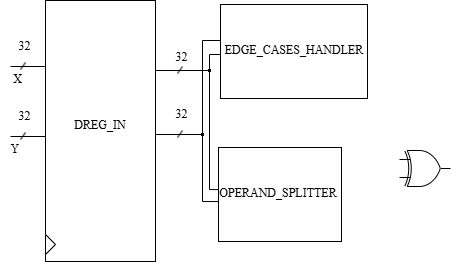
Above: Full architecture.png in altomarigiulio/IEEE-754-Multiplier-Project (draw.io), before the change. Source tidied: cells renumbered, new cells last; positions are measured from the earlier drawing's top-left corner, leaving out a move shared by most shapes.
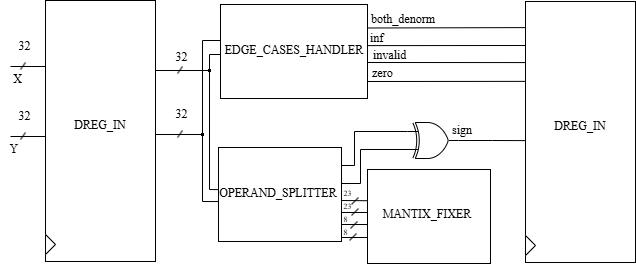
After the change.

The edit, as a diff of the source:
```diff
@@ -143,7 +143,143 @@
       </mxGeometry>
     </mxCell>
     <mxCell id="34" style="verticalLabelPosition=bottom;shadow=0;dashed=0;align=center;html=1;verticalAlign=top;shape=mxgraph.electrical.logic_gates.logic_gate;operation=xor;" parent="1" vertex="1">
-      <mxGeometry x="399" y="150" width="51" height="36" as="geometry" />
+      <mxGeometry x="407" y="122" width="51" height="36" as="geometry" />
     </mxCell>
+    <mxCell id="35" style="rounded=0;whiteSpace=wrap;html=1;fontColor=#727272;labelBorderColor=#585858;" parent="1" vertex="1">
+      <mxGeometry x="525" y="1" width="110" height="261" as="geometry" />
+    </mxCell>
+    <mxCell id="36" style="triangle;whiteSpace=wrap;html=1;" parent="1" vertex="1">
+      <mxGeometry x="525" y="235" width="10" height="20" as="geometry" />
+    </mxCell>
+    <mxCell id="37" value="DREG_IN" style="text;strokeColor=none;align=center;fillColor=none;html=1;verticalAlign=middle;whiteSpace=wrap;rounded=0;fontFamily=Latin Modern Roman;" parent="1" vertex="1">
+      <mxGeometry x="550" y="111" width="60" height="30" as="geometry" />
+    </mxCell>
+    <mxCell id="38" style="rounded=0;whiteSpace=wrap;html=1;fontColor=#727272;labelBorderColor=#585858;" parent="1" vertex="1">
+      <mxGeometry x="367" y="169" width="123" height="94" as="geometry" />
+    </mxCell>
+    <mxCell id="39" value="MANTIX_FIXER" style="text;strokeColor=none;align=center;fillColor=none;html=1;verticalAlign=middle;whiteSpace=wrap;rounded=0;fontFamily=Latin Modern Roman;" parent="1" vertex="1">
+      <mxGeometry x="393" y="191" width="68" height="47" as="geometry" />
+    </mxCell>
+    <mxCell id="40" style="endArrow=none;html=1;rounded=0;entryX=0.005;entryY=0.1;entryDx=0;entryDy=0;entryPerimeter=0;exitX=1;exitY=0.25;exitDx=0;exitDy=0;" parent="1" edge="1" source="21" target="35">
+      <mxGeometry relative="1" as="geometry" />
+    </mxCell>
+    <mxCell id="41" style="endArrow=none;html=1;rounded=0;entryX=0;entryY=0.149;entryDx=0;entryDy=0;entryPerimeter=0;" parent="1" edge="1">
+      <mxGeometry relative="1" as="geometry">
+        <mxPoint x="367" y="45.1" as="sourcePoint" />
+        <mxPoint x="525" y="45" as="targetPoint" />
+      </mxGeometry>
+    </mxCell>
+    <mxCell id="42" style="endArrow=none;html=1;rounded=0;entryX=-0.003;entryY=0.306;entryDx=0;entryDy=0;entryPerimeter=0;" parent="1" edge="1" target="35">
+      <mxGeometry relative="1" as="geometry">
+        <mxPoint x="367" y="81" as="sourcePoint" />
+      </mxGeometry>
+    </mxCell>
+    <mxCell id="43" style="endArrow=none;html=1;rounded=0;entryX=-0.003;entryY=0.211;entryDx=0;entryDy=0;entryPerimeter=0;" parent="1" edge="1">
+      <mxGeometry relative="1" as="geometry">
+        <mxPoint x="367" y="62" as="sourcePoint" />
+        <mxPoint x="524.7" y="62.1" as="targetPoint" />
+      </mxGeometry>
+    </mxCell>
+    <mxCell id="44" value="&lt;div style=&quot;text-align: center;&quot;&gt;&lt;span style=&quot;background-color: transparent; color: light-dark(rgb(0, 0, 0), rgb(255, 255, 255));&quot;&gt;&lt;font face=&quot;Latin Modern Roman&quot;&gt;both_denorm&lt;/font&gt;&lt;/span&gt;&lt;/div&gt;&lt;div style=&quot;text-align: center;&quot;&gt;&lt;span style=&quot;background-color: transparent; color: light-dark(rgb(0, 0, 0), rgb(255, 255, 255));&quot;&gt;&lt;font face=&quot;Latin Modern Roman&quot;&gt;&lt;br&gt;&lt;/font&gt;&lt;/span&gt;&lt;/div&gt;" style="text;whiteSpace=wrap;html=1;" parent="1" vertex="1">
+      <mxGeometry x="369" y="5" width="79" height="20" as="geometry" />
+    </mxCell>
+    <mxCell id="45" value="&lt;div style=&quot;text-align: center;&quot;&gt;&lt;font face=&quot;Latin Modern Roman&quot;&gt;inf&lt;/font&gt;&lt;/div&gt;&lt;div style=&quot;text-align: center;&quot;&gt;&lt;font face=&quot;Latin Modern Roman&quot;&gt;&lt;br&gt;&lt;/font&gt;&lt;/div&gt;" style="text;whiteSpace=wrap;html=1;" parent="1" vertex="1">
+      <mxGeometry x="368" y="24" width="79" height="20" as="geometry" />
+    </mxCell>
+    <mxCell id="46" value="&lt;div style=&quot;text-align: center;&quot;&gt;&lt;font face=&quot;Latin Modern Roman&quot;&gt;invalid&lt;/font&gt;&lt;/div&gt;" style="text;whiteSpace=wrap;html=1;" parent="1" vertex="1">
+      <mxGeometry x="371" y="41" width="79" height="20" as="geometry" />
+    </mxCell>
+    <mxCell id="47" value="&lt;div style=&quot;text-align: center;&quot;&gt;&lt;font face=&quot;Latin Modern Roman&quot;&gt;zero&lt;/font&gt;&lt;/div&gt;" style="text;whiteSpace=wrap;html=1;" parent="1" vertex="1">
+      <mxGeometry x="370" y="59" width="79" height="20" as="geometry" />
+    </mxCell>
+    <mxCell id="48" style="endArrow=none;html=1;rounded=0;entryX=0.002;entryY=0.533;entryDx=0;entryDy=0;entryPerimeter=0;" parent="1" edge="1" target="35">
+      <mxGeometry relative="1" as="geometry">
+        <mxPoint x="458" y="140" as="sourcePoint" />
+        <Array as="points">
+          <mxPoint x="492" y="140" />
+        </Array>
+      </mxGeometry>
+    </mxCell>
+    <mxCell id="49" value="&lt;div style=&quot;text-align: center;&quot;&gt;&lt;font face=&quot;Latin Modern Roman&quot;&gt;sign&lt;/font&gt;&lt;/div&gt;" style="text;whiteSpace=wrap;html=1;" parent="1" vertex="1">
+      <mxGeometry x="450" y="116" width="79" height="20" as="geometry" />
+    </mxCell>
+    <mxCell id="50" style="endArrow=none;html=1;rounded=0;entryX=0;entryY=0.25;entryDx=0;entryDy=0;entryPerimeter=0;" parent="1" edge="1" target="34">
+      <mxGeometry relative="1" as="geometry">
+        <mxPoint x="341" y="165" as="sourcePoint" />
+        <Array as="points">
+          <mxPoint x="354" y="165" />
+          <mxPoint x="354" y="131" />
+        </Array>
+      </mxGeometry>
+    </mxCell>
+    <mxCell id="51" style="endArrow=none;html=1;rounded=0;entryX=0;entryY=0.25;entryDx=0;entryDy=0;entryPerimeter=0;" parent="1" edge="1">
+      <mxGeometry relative="1" as="geometry">
+        <mxPoint x="341" y="183" as="sourcePoint" />
+        <mxPoint x="413" y="149" as="targetPoint" />
+        <Array as="points">
+          <mxPoint x="360" y="183" />
+          <mxPoint x="360" y="149" />
+        </Array>
+      </mxGeometry>
+    </mxCell>
+    <mxCell id="52" style="endArrow=none;html=1;rounded=0;entryX=-0.002;entryY=0.332;entryDx=0;entryDy=0;entryPerimeter=0;" parent="1" edge="1" target="38">
+      <mxGeometry relative="1" as="geometry">
+        <mxPoint x="341" y="200" as="sourcePoint" />
+      </mxGeometry>
+    </mxCell>
+    <mxCell id="53" style="endArrow=none;html=1;rounded=0;entryX=-0.002;entryY=0.332;entryDx=0;entryDy=0;entryPerimeter=0;" parent="1" edge="1">
+      <mxGeometry relative="1" as="geometry">
+        <mxPoint x="341" y="224" as="sourcePoint" />
+        <mxPoint x="367" y="224" as="targetPoint" />
+      </mxGeometry>
+    </mxCell>
+    <mxCell id="54" style="endArrow=none;html=1;rounded=0;entryX=-0.002;entryY=0.332;entryDx=0;entryDy=0;entryPerimeter=0;" parent="1" edge="1">
+      <mxGeometry relative="1" as="geometry">
+        <mxPoint x="341" y="237" as="sourcePoint" />
+        <mxPoint x="367" y="237" as="targetPoint" />
+      </mxGeometry>
+    </mxCell>
+    <mxCell id="55" style="endArrow=none;html=1;rounded=0;entryX=-0.002;entryY=0.332;entryDx=0;entryDy=0;entryPerimeter=0;" parent="1" edge="1">
+      <mxGeometry relative="1" as="geometry">
+        <mxPoint x="341" y="212" as="sourcePoint" />
+        <mxPoint x="367" y="212" as="targetPoint" />
+      </mxGeometry>
+    </mxCell>
+    <mxCell id="56" style="endArrow=none;html=1;rounded=0;" parent="1" edge="1">
+      <mxGeometry relative="1" as="geometry">
+        <mxPoint x="351" y="204" as="sourcePoint" />
+        <mxPoint x="358" y="197" as="targetPoint" />
+      </mxGeometry>
+    </mxCell>
+    <mxCell id="57" style="endArrow=none;html=1;rounded=0;" parent="1" edge="1">
+      <mxGeometry relative="1" as="geometry">
+        <mxPoint x="351" y="215" as="sourcePoint" />
+        <mxPoint x="358" y="208" as="targetPoint" />
+      </mxGeometry>
+    </mxCell>
+    <mxCell id="58" style="endArrow=none;html=1;rounded=0;" parent="1" edge="1">
+      <mxGeometry relative="1" as="geometry">
+        <mxPoint x="350" y="228" as="sourcePoint" />
+        <mxPoint x="357" y="221" as="targetPoint" />
+      </mxGeometry>
+    </mxCell>
+    <mxCell id="59" style="endArrow=none;html=1;rounded=0;" parent="1" edge="1">
+      <mxGeometry relative="1" as="geometry">
+        <mxPoint x="349" y="240" as="sourcePoint" />
+        <mxPoint x="356" y="233" as="targetPoint" />
+      </mxGeometry>
+    </mxCell>
+    <mxCell id="60" value="&lt;font style=&quot;font-size: 8px;&quot; face=&quot;Latin Modern Roman&quot;&gt;23&lt;/font&gt;" style="text;html=1;align=center;verticalAlign=middle;strokeColor=none;fillColor=none;" parent="1" vertex="1">
+      <mxGeometry x="334" y="179" width="26" height="26" as="geometry" />
+    </mxCell>
+    <mxCell id="61" value="&lt;font style=&quot;font-size: 8px;&quot; face=&quot;Latin Modern Roman&quot;&gt;23&lt;/font&gt;" style="text;html=1;align=center;verticalAlign=middle;strokeColor=none;fillColor=none;" parent="1" vertex="1">
+      <mxGeometry x="334" y="192" width="26" height="26" as="geometry" />
+    </mxCell>
+    <mxCell id="62" value="&lt;font style=&quot;font-size: 8px;&quot; face=&quot;Latin Modern Roman&quot;&gt;8&lt;/font&gt;" style="text;html=1;align=center;verticalAlign=middle;strokeColor=none;fillColor=none;" parent="1" vertex="1">
+      <mxGeometry x="334" y="205" width="22" height="26" as="geometry" />
+    </mxCell>
+    <mxCell id="63" value="&lt;font style=&quot;font-size: 8px;&quot; face=&quot;Latin Modern Roman&quot;&gt;8&lt;/font&gt;" style="text;html=1;align=center;verticalAlign=middle;strokeColor=none;fillColor=none;" parent="1" vertex="1">
+      <mxGeometry x="334" y="218" width="22" height="26" as="geometry" />
+    </mxCell>
   </root>
 </mxGraphModel>
```
